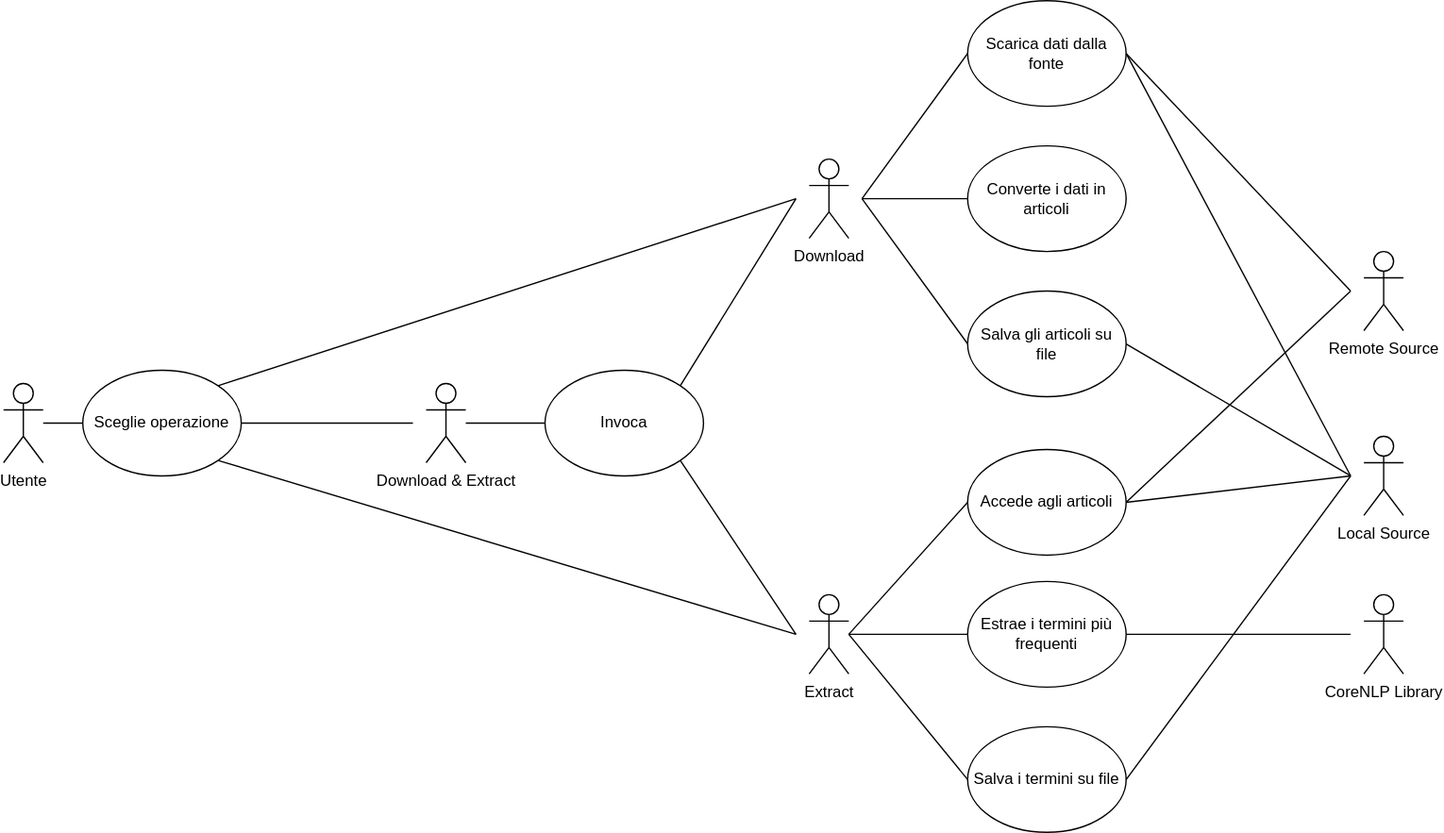
The draw.io diagram src/site/resources/use_cases_diagram.svg in andreee13/eis-app-public, before a commit. Source tidied: cells renumbered, new cells last; positions are measured from the earlier drawing's top-left corner, leaving out a move shared by most shapes.
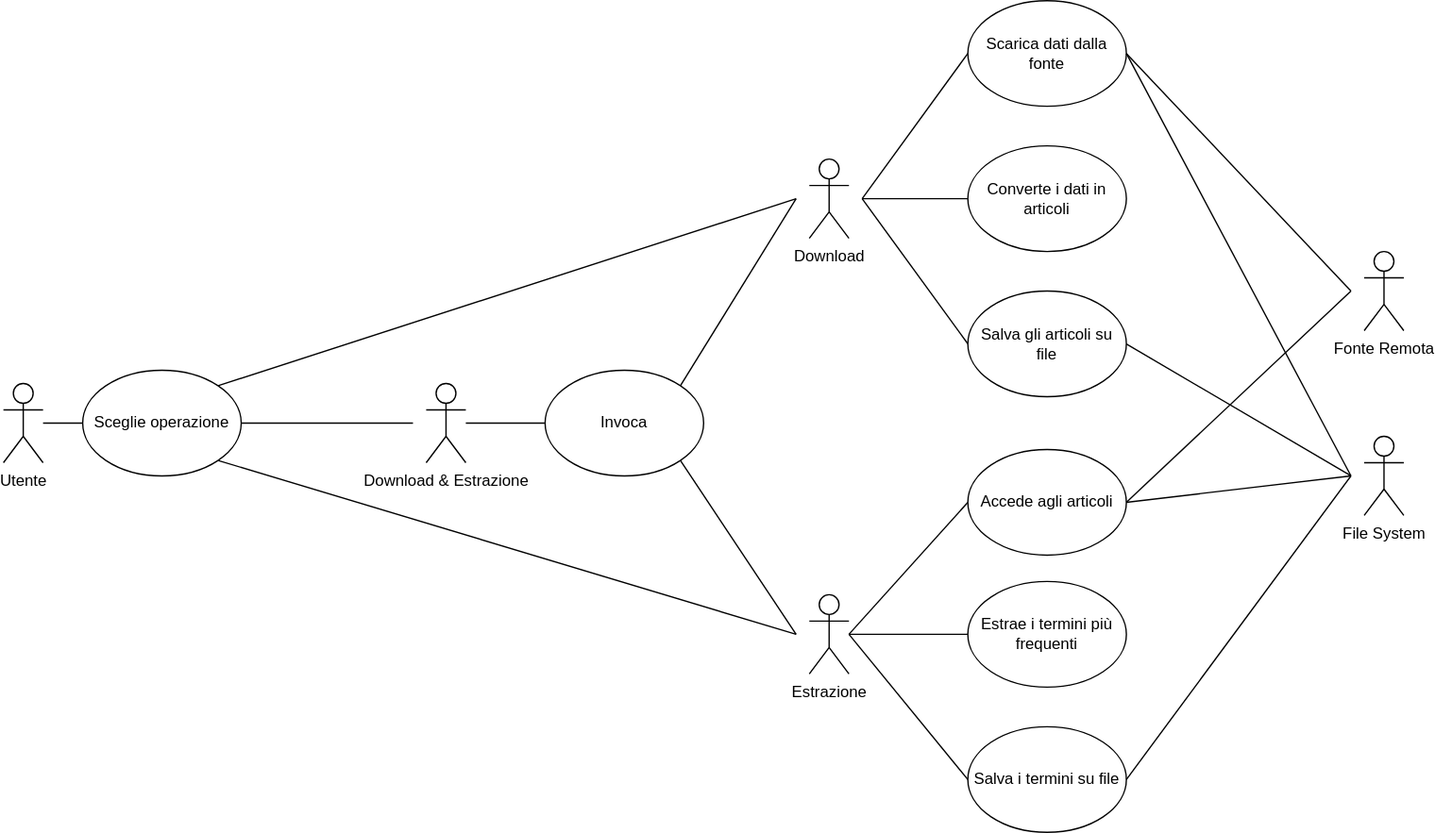
Above is the later version.

Diff of the diagram source:
```diff
@@ -14,13 +14,13 @@
     <mxCell id="5" style="edgeStyle=orthogonalEdgeStyle;rounded=0;jettySize=auto;html=1;entryX=0;entryY=0.5;entryDx=0;entryDy=0;endArrow=none;endFill=0;" parent="1" edge="1" source="6" target="9">
       <mxGeometry relative="1" as="geometry" />
     </mxCell>
-    <mxCell id="6" value="Extract" style="shape=umlActor;verticalLabelPosition=bottom;verticalAlign=top;html=1;outlineConnect=0;labelBackgroundColor=none;" parent="1" vertex="1">
+    <mxCell id="6" value="Estrazione" style="shape=umlActor;verticalLabelPosition=bottom;verticalAlign=top;html=1;outlineConnect=0;labelBackgroundColor=none;" parent="1" vertex="1">
       <mxGeometry x="610" y="450" width="30" height="60" as="geometry" />
     </mxCell>
-    <mxCell id="7" value="Remote Source" style="shape=umlActor;verticalLabelPosition=bottom;verticalAlign=top;html=1;labelBackgroundColor=none;" parent="1" vertex="1">
+    <mxCell id="7" value="Fonte Remota" style="shape=umlActor;verticalLabelPosition=bottom;verticalAlign=top;html=1;labelBackgroundColor=none;" parent="1" vertex="1">
       <mxGeometry x="1030" y="190" width="30" height="60" as="geometry" />
     </mxCell>
-    <mxCell id="8" value="Local Source" style="shape=umlActor;verticalLabelPosition=bottom;verticalAlign=top;html=1;labelBackgroundColor=none;" parent="1" vertex="1">
+    <mxCell id="8" value="File System" style="shape=umlActor;verticalLabelPosition=bottom;verticalAlign=top;html=1;labelBackgroundColor=none;" parent="1" vertex="1">
       <mxGeometry x="1030" y="330" width="30" height="60" as="geometry" />
     </mxCell>
     <mxCell id="9" value="Estrae i termini più frequenti" style="ellipse;whiteSpace=wrap;html=1;" parent="1" vertex="1">
@@ -43,7 +43,7 @@
     <mxCell id="14" style="edgeStyle=orthogonalEdgeStyle;rounded=0;jettySize=auto;html=1;entryX=0;entryY=0.5;entryDx=0;entryDy=0;endArrow=none;endFill=0;" parent="1" edge="1" source="15" target="23">
       <mxGeometry relative="1" as="geometry" />
     </mxCell>
-    <mxCell id="15" value="Download &amp;amp; Extract" style="shape=umlActor;verticalLabelPosition=bottom;verticalAlign=top;html=1;outlineConnect=0;labelBackgroundColor=none;" parent="1" vertex="1">
+    <mxCell id="15" value="Download &amp;amp; Estrazione" style="shape=umlActor;verticalLabelPosition=bottom;verticalAlign=top;html=1;outlineConnect=0;labelBackgroundColor=none;" parent="1" vertex="1">
       <mxGeometry x="320" y="290" width="30" height="60" as="geometry" />
     </mxCell>
     <mxCell id="16" value="Salva gli articoli su file" style="ellipse;whiteSpace=wrap;html=1;" parent="1" vertex="1">
@@ -108,19 +108,11 @@
         <mxPoint x="640" y="480" as="sourcePoint" />
       </mxGeometry>
     </mxCell>
-    <mxCell id="30" value="CoreNLP Library" style="shape=umlActor;verticalLabelPosition=bottom;verticalAlign=top;html=1;labelBackgroundColor=none;" parent="1" vertex="1">
-      <mxGeometry x="1030" y="450" width="30" height="60" as="geometry" />
-    </mxCell>
     <mxCell id="31" style="endArrow=none;html=1;rounded=0;exitX=1;exitY=0.5;exitDx=0;exitDy=0;" parent="1" edge="1" source="3">
       <mxGeometry relative="1" as="geometry">
         <mxPoint x="1020" y="360" as="targetPoint" />
       </mxGeometry>
     </mxCell>
-    <mxCell id="32" style="endArrow=none;html=1;rounded=0;exitX=1;exitY=0.5;exitDx=0;exitDy=0;" parent="1" edge="1" source="9">
-      <mxGeometry relative="1" as="geometry">
-        <mxPoint x="1020" y="480" as="targetPoint" />
-      </mxGeometry>
-    </mxCell>
     <mxCell id="33" style="endArrow=none;html=1;rounded=0;exitX=1;exitY=0.5;exitDx=0;exitDy=0;" parent="1" edge="1" source="26">
       <mxGeometry relative="1" as="geometry">
         <mxPoint x="1020" y="360" as="targetPoint" />
```
